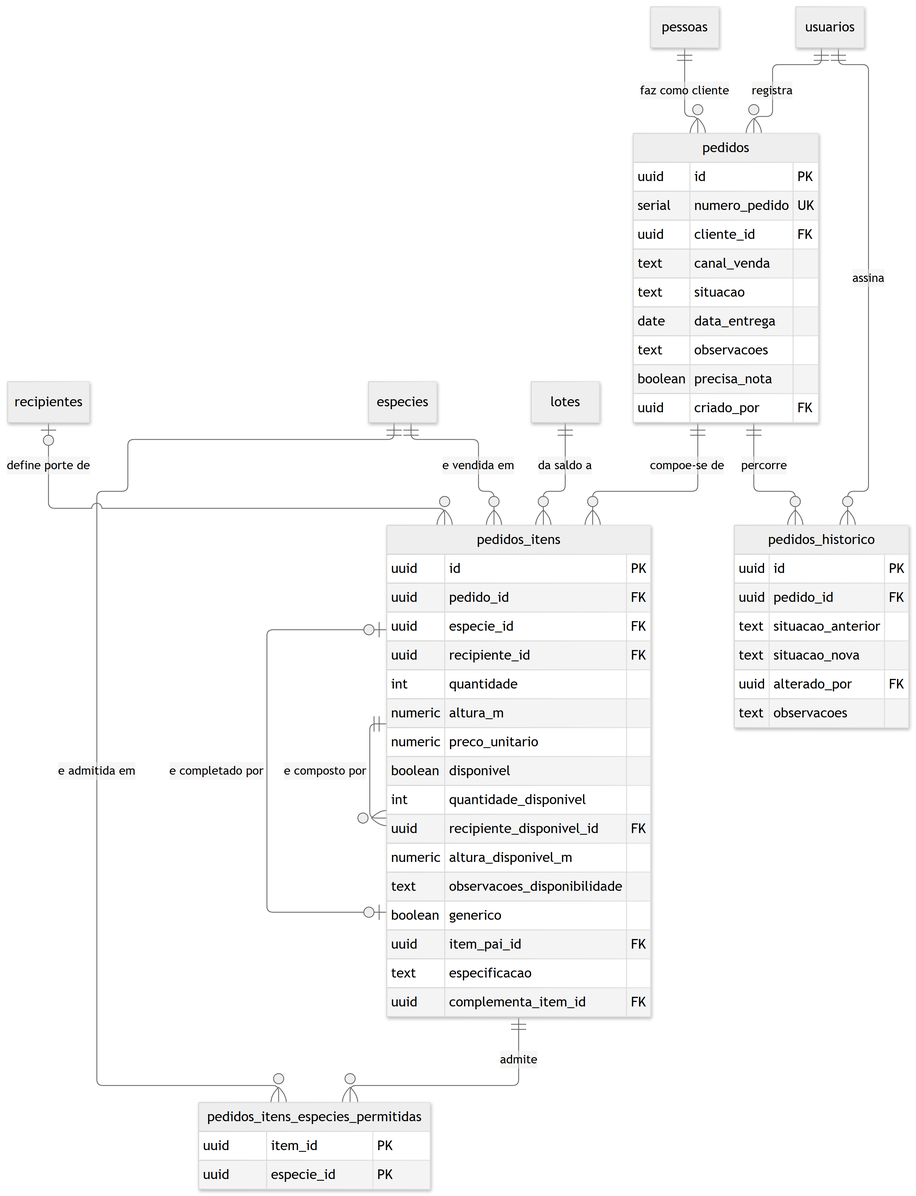
Earlier version of the Mermaid export docs/engenharia/modelo-dados-pt/img/fig17-comercial-pedido.png (JoaoMudar/tcc). Its source is kept beside it as docs/engenharia/modelo-dados-pt/mmd/fig17-comercial-pedido.mmd.
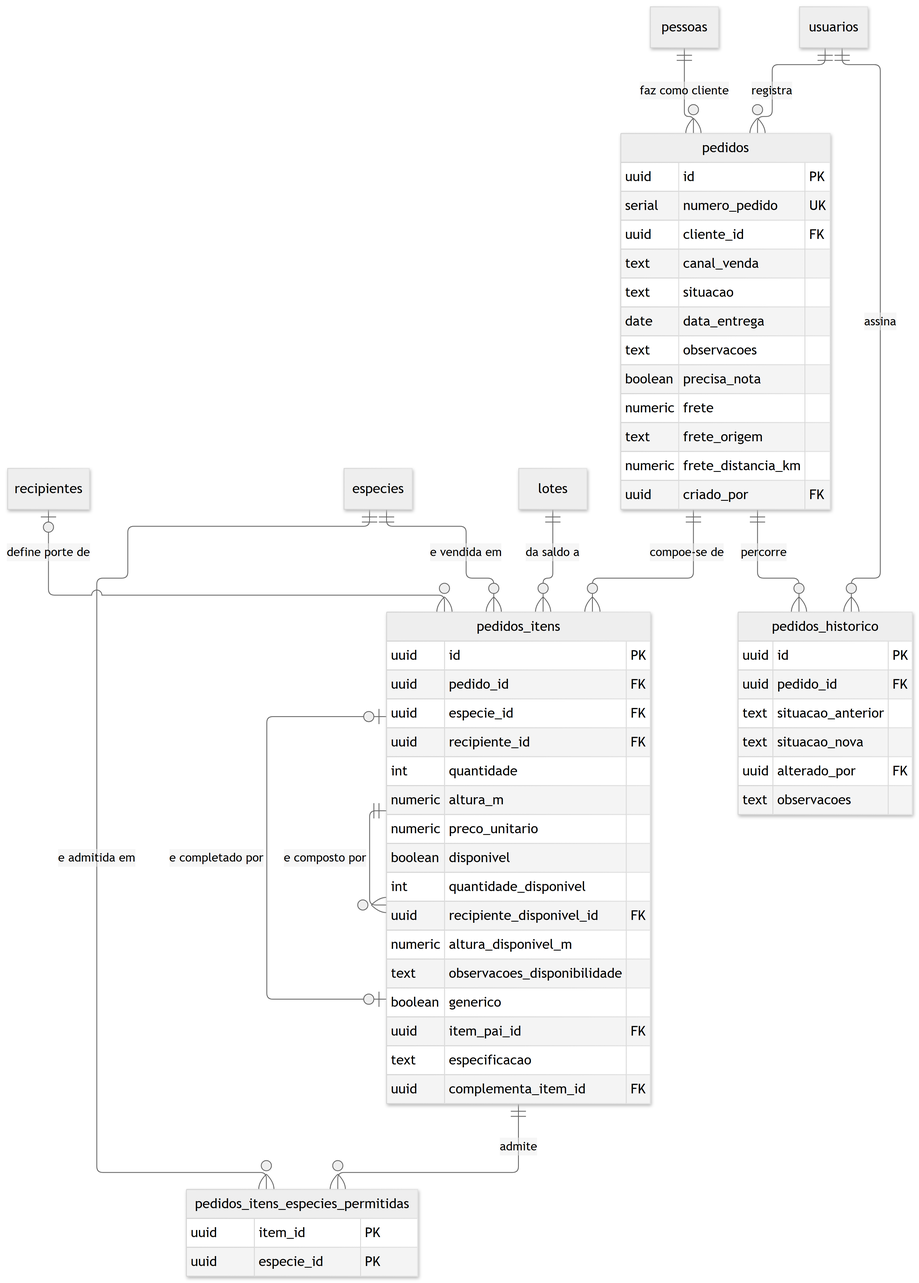
After the commit.

What changed in the source:
```diff
@@ -8,6 +8,9 @@
     date   data_entrega
     text   observacoes
     boolean precisa_nota
+    numeric frete
+    text   frete_origem
+    numeric frete_distancia_km
     uuid   criado_por FK
   }
   pedidos_itens {
```
